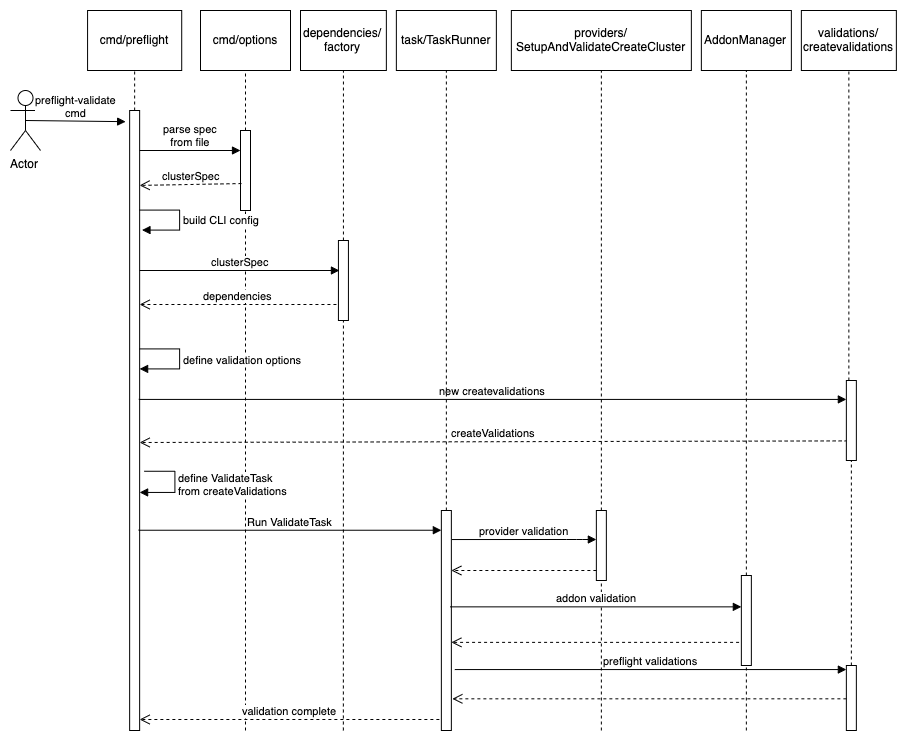
Above: designs/images/preflight-checks-sequence.png in aws/eks-anywhere (draw.io), before the change. Source tidied: cells renumbered, new cells last; positions are measured from the earlier drawing's top-left corner, leaving out a move shared by most shapes.
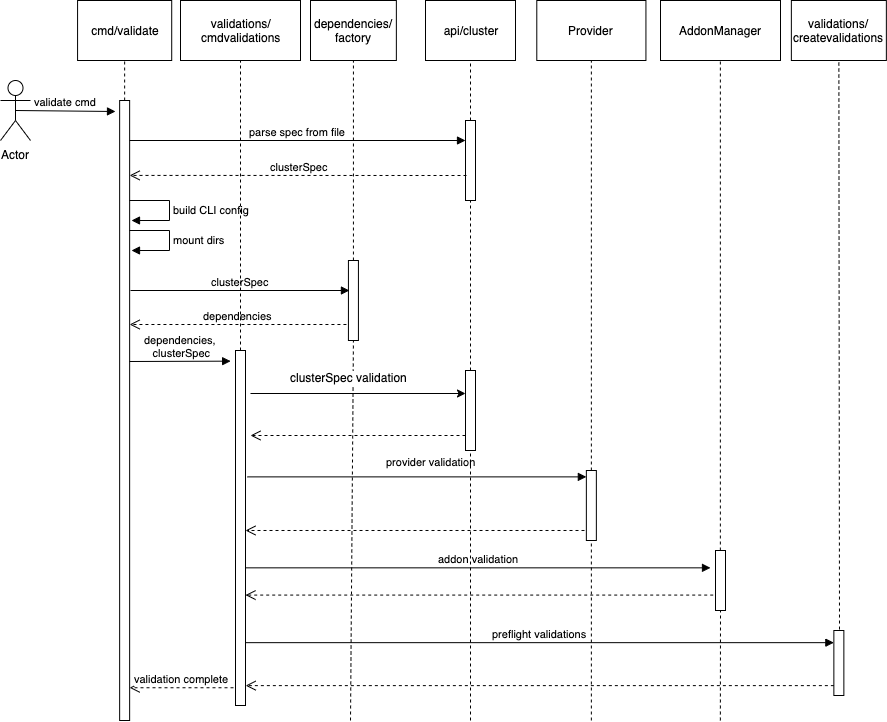
Above is the later version.

Commit message:
update image and tree diagram

What changed in the source:
```diff
@@ -5,7 +5,7 @@
     <mxCell id="2" value="Actor" style="shape=umlActor;verticalLabelPosition=bottom;labelBackgroundColor=#ffffff;verticalAlign=top;html=1;" parent="1" vertex="1">
       <mxGeometry y="80" width="30" height="60" as="geometry" />
     </mxCell>
-    <mxCell id="3" value="cmd/preflight" style="rounded=0;whiteSpace=wrap;html=1;" parent="1" vertex="1">
+    <mxCell id="3" value="cmd/validate" style="rounded=0;whiteSpace=wrap;html=1;" parent="1" vertex="1">
       <mxGeometry x="77.1" width="94.1" height="60" as="geometry" />
     </mxCell>
     <mxCell id="4" style="html=1;points=[];perimeter=orthogonalPerimeter;" parent="1" vertex="1">
@@ -14,30 +14,31 @@
     <mxCell id="5" style="endArrow=none;dashed=1;html=1;entryX=0.5;entryY=1;entryDx=0;entryDy=0;" parent="1" edge="1" source="4" target="3">
       <mxGeometry relative="1" as="geometry" />
     </mxCell>
-    <mxCell id="6" value="cmd/options" style="rounded=0;whiteSpace=wrap;html=1;" parent="1" vertex="1">
-      <mxGeometry x="190" width="90" height="60" as="geometry" />
+    <mxCell id="6" value="api/cluster" style="rounded=0;whiteSpace=wrap;html=1;" parent="1" vertex="1">
+      <mxGeometry x="425" width="90" height="60" as="geometry" />
     </mxCell>
     <mxCell id="7" style="endArrow=none;dashed=1;html=1;entryX=0.5;entryY=1;entryDx=0;entryDy=0;" parent="1" edge="1" source="9" target="6">
       <mxGeometry relative="1" as="geometry" />
     </mxCell>
-    <mxCell id="8" value="preflight-validate&lt;br&gt;cmd" style="html=1;verticalAlign=bottom;endArrow=block;entryX=-0.4;entryY=0.018;entryDx=0;entryDy=0;entryPerimeter=0;exitX=0.5;exitY=0.5;exitDx=0;exitDy=0;exitPerimeter=0;" parent="1" edge="1" source="2" target="4">
-      <mxGeometry relative="1" as="geometry" />
+    <mxCell id="8" value="validate cmd" style="html=1;verticalAlign=bottom;endArrow=block;exitX=0.5;exitY=0.5;exitDx=0;exitDy=0;exitPerimeter=0;" parent="1" edge="1" source="2">
+      <mxGeometry relative="1" as="geometry">
+        <mxPoint x="115" y="111" as="targetPoint" />
+      </mxGeometry>
     </mxCell>
     <mxCell id="9" style="html=1;points=[];perimeter=orthogonalPerimeter;" parent="1" vertex="1">
-      <mxGeometry x="230" y="120" width="10" height="80" as="geometry" />
+      <mxGeometry x="465" y="120" width="10" height="80" as="geometry" />
     </mxCell>
-    <mxCell id="10" style="endArrow=none;dashed=1;html=1;entryX=0.5;entryY=1;entryDx=0;entryDy=0;" parent="1" edge="1" target="9">
-      <mxGeometry relative="1" as="geometry">
-        <mxPoint x="235" y="720" as="sourcePoint" />
-      </mxGeometry>
+    <mxCell id="10" style="endArrow=none;dashed=1;html=1;entryX=0.5;entryY=1;entryDx=0;entryDy=0;" parent="1" edge="1" source="50" target="9">
+      <mxGeometry relative="1" as="geometry" />
     </mxCell>
-    <mxCell id="11" value="parse spec&lt;br&gt;from file" style="html=1;verticalAlign=bottom;endArrow=block;" parent="1" edge="1" target="9">
+    <mxCell id="11" value="parse spec from file" style="html=1;verticalAlign=bottom;endArrow=block;" parent="1" edge="1" target="9">
       <mxGeometry relative="1" as="geometry">
         <mxPoint x="129.1" y="140" as="sourcePoint" />
       </mxGeometry>
     </mxCell>
-    <mxCell id="12" value="clusterSpec" style="html=1;verticalAlign=bottom;endArrow=open;dashed=1;endSize=8;exitX=0.1;exitY=0.663;exitDx=0;exitDy=0;exitPerimeter=0;entryX=1;entryY=0.266;entryDx=0;entryDy=0;entryPerimeter=0;" parent="1" edge="1" source="9">
+    <mxCell id="12" value="clusterSpec" style="html=1;verticalAlign=bottom;endArrow=open;dashed=1;endSize=8;entryX=1;entryY=0.266;entryDx=0;entryDy=0;entryPerimeter=0;" parent="1" edge="1">
       <mxGeometry relative="1" as="geometry">
+        <mxPoint x="466" y="175" as="sourcePoint" />
         <mxPoint x="129.1" y="174.9" as="targetPoint" />
       </mxGeometry>
     </mxCell>
@@ -52,124 +53,91 @@
       </mxGeometry>
     </mxCell>
     <mxCell id="14" value="dependencies/&lt;br&gt;factory" style="html=1;" parent="1" vertex="1">
-      <mxGeometry x="290" width="85.9" height="60" as="geometry" />
+      <mxGeometry x="310" width="85.9" height="60" as="geometry" />
     </mxCell>
     <mxCell id="15" style="endArrow=none;dashed=1;html=1;entryX=0.5;entryY=1;entryDx=0;entryDy=0;" parent="1" edge="1" source="16" target="14">
       <mxGeometry relative="1" as="geometry" />
     </mxCell>
     <mxCell id="16" style="html=1;points=[];perimeter=orthogonalPerimeter;" parent="1" vertex="1">
-      <mxGeometry x="327.9" y="230" width="10" height="80" as="geometry" />
+      <mxGeometry x="347.9" y="260" width="10" height="80" as="geometry" />
     </mxCell>
     <mxCell id="17" style="endArrow=none;dashed=1;html=1;entryX=0.5;entryY=1;entryDx=0;entryDy=0;" parent="1" edge="1" target="16">
       <mxGeometry relative="1" as="geometry">
-        <mxPoint x="332.9" y="720" as="sourcePoint" />
+        <mxPoint x="350" y="720" as="sourcePoint" />
       </mxGeometry>
     </mxCell>
     <mxCell id="18" value="clusterSpec" style="html=1;verticalAlign=bottom;endArrow=block;entryX=0.1;entryY=0.375;entryDx=0;entryDy=0;entryPerimeter=0;" parent="1" edge="1" target="16">
       <mxGeometry relative="1" as="geometry">
-        <mxPoint x="129.1" y="260" as="sourcePoint" />
+        <mxPoint x="130" y="290" as="sourcePoint" />
       </mxGeometry>
     </mxCell>
-    <mxCell id="19" value="dependencies" style="html=1;verticalAlign=bottom;endArrow=open;dashed=1;endSize=8;exitX=-0.2;exitY=0.8;exitDx=0;exitDy=0;exitPerimeter=0;" parent="1" edge="1" source="16">
-      <mxGeometry relative="1" as="geometry">
-        <mxPoint x="129.1" y="294" as="targetPoint" />
-      </mxGeometry>
+    <mxCell id="19" value="dependencies" style="html=1;verticalAlign=bottom;endArrow=open;dashed=1;endSize=8;exitX=-0.2;exitY=0.8;exitDx=0;exitDy=0;exitPerimeter=0;" parent="1" edge="1" source="16" target="4">
+      <mxGeometry relative="1" as="geometry" />
     </mxCell>
-    <mxCell id="20" value="define validation options" style="edgeStyle=orthogonalEdgeStyle;html=1;align=left;spacingLeft=2;endArrow=block;rounded=0;entryX=1;entryY=0.387;entryDx=0;entryDy=0;entryPerimeter=0;" parent="1" edge="1">
-      <mxGeometry relative="1" as="geometry">
-        <mxPoint x="129.1" y="338" as="sourcePoint" />
-        <mxPoint x="129.1" y="358" as="targetPoint" />
-        <Array as="points">
-          <mxPoint x="169.1" y="338" />
-          <mxPoint x="169.1" y="358" />
-        </Array>
-      </mxGeometry>
-    </mxCell>
-    <mxCell id="21" value="new createvalidations" style="html=1;verticalAlign=bottom;endArrow=block;exitX=0.914;exitY=0.466;exitDx=0;exitDy=0;exitPerimeter=0;" parent="1" edge="1" source="4" target="46">
-      <mxGeometry relative="1" as="geometry" />
-    </mxCell>
-    <mxCell id="22" value="createValidations" style="html=1;verticalAlign=bottom;endArrow=open;dashed=1;endSize=8;exitX=0.129;exitY=0.755;exitDx=0;exitDy=0;exitPerimeter=0;" parent="1" edge="1" source="46">
-      <mxGeometry relative="1" as="geometry">
-        <mxPoint x="129.1" y="432" as="targetPoint" />
-      </mxGeometry>
-    </mxCell>
-    <mxCell id="23" value="define ValidateTask&lt;br&gt;from createValidations" style="edgeStyle=orthogonalEdgeStyle;html=1;align=left;spacingLeft=2;endArrow=block;rounded=0;entryX=1;entryY=0.616;entryDx=0;entryDy=0;entryPerimeter=0;exitX=1.5;exitY=0.582;exitDx=0;exitDy=0;exitPerimeter=0;" parent="1" edge="1" source="4" target="4">
-      <mxGeometry relative="1" as="geometry">
-        <Array as="points">
-          <mxPoint x="164" y="461" />
-          <mxPoint x="164" y="482" />
-        </Array>
-      </mxGeometry>
-    </mxCell>
-    <mxCell id="24" value="task/TaskRunner" style="html=1;" parent="1" vertex="1">
-      <mxGeometry x="385.9" width="100" height="60" as="geometry" />
+    <mxCell id="24" value="validations/&lt;br&gt;cmdvalidations" style="html=1;" parent="1" vertex="1">
+      <mxGeometry x="180" width="120" height="60" as="geometry" />
     </mxCell>
     <mxCell id="25" style="endArrow=none;dashed=1;html=1;entryX=0.5;entryY=1;entryDx=0;entryDy=0;" parent="1" edge="1" source="26" target="24">
       <mxGeometry relative="1" as="geometry" />
     </mxCell>
     <mxCell id="26" style="html=1;points=[];perimeter=orthogonalPerimeter;" parent="1" vertex="1">
-      <mxGeometry x="430.9" y="500" width="10" height="220" as="geometry" />
+      <mxGeometry x="235" y="350" width="10" height="355" as="geometry" />
     </mxCell>
-    <mxCell id="27" value="Run ValidateTask" style="html=1;verticalAlign=bottom;endArrow=block;exitX=0.9;exitY=0.677;exitDx=0;exitDy=0;exitPerimeter=0;" parent="1" edge="1" source="4" target="26">
-      <mxGeometry relative="1" as="geometry" />
+    <mxCell id="27" value="dependencies,&lt;br&gt;&amp;nbsp;clusterSpec" style="html=1;verticalAlign=bottom;endArrow=block;entryX=-0.4;entryY=0.03;entryDx=0;entryDy=0;entryPerimeter=0;" parent="1" edge="1">
+      <mxGeometry relative="1" as="geometry">
+        <mxPoint x="129" y="361" as="sourcePoint" />
+        <mxPoint x="230.1" y="360.6" as="targetPoint" />
+      </mxGeometry>
     </mxCell>
-    <mxCell id="28" value="providers/&lt;br&gt;SetupAndValidateCreateCluster" style="html=1;" parent="1" vertex="1">
-      <mxGeometry x="500.9" width="180" height="60" as="geometry" />
+    <mxCell id="28" value="Provider" style="html=1;" parent="1" vertex="1">
+      <mxGeometry x="536.3" width="109.1" height="60" as="geometry" />
     </mxCell>
     <mxCell id="29" style="endArrow=none;dashed=1;html=1;entryX=0.5;entryY=1;entryDx=0;entryDy=0;" parent="1" edge="1" source="30" target="28">
       <mxGeometry relative="1" as="geometry" />
     </mxCell>
     <mxCell id="30" style="html=1;points=[];perimeter=orthogonalPerimeter;" parent="1" vertex="1">
-      <mxGeometry x="585.9" y="500" width="10" height="70" as="geometry" />
+      <mxGeometry x="585.9" y="470" width="10" height="70" as="geometry" />
     </mxCell>
     <mxCell id="31" style="endArrow=none;dashed=1;html=1;entryX=0.5;entryY=1;entryDx=0;entryDy=0;" parent="1" edge="1" target="30">
       <mxGeometry relative="1" as="geometry">
         <mxPoint x="590.9" y="720" as="sourcePoint" />
       </mxGeometry>
     </mxCell>
-    <mxCell id="32" value="provider validation" style="html=1;verticalAlign=bottom;endArrow=block;exitX=1.057;exitY=0.132;exitDx=0;exitDy=0;exitPerimeter=0;" parent="1" edge="1" source="26" target="30">
-      <mxGeometry relative="1" as="geometry">
-        <Array as="points">
-          <mxPoint x="565.9" y="529" />
-        </Array>
-      </mxGeometry>
+    <mxCell id="32" value="provider validation" style="html=1;verticalAlign=bottom;endArrow=block;exitX=1.2;exitY=0.356;exitDx=0;exitDy=0;exitPerimeter=0;" parent="1" edge="1" source="26" target="30">
+      <mxGeometry x="0.08" y="6" relative="1" as="geometry" />
     </mxCell>
-    <mxCell id="33" style="html=1;verticalAlign=bottom;endArrow=open;dashed=1;endSize=8;exitX=0;exitY=0.76;exitDx=0;exitDy=0;exitPerimeter=0;" parent="1" edge="1">
-      <mxGeometry relative="1" as="geometry">
-        <mxPoint x="585.9" y="560" as="sourcePoint" />
-        <mxPoint x="440.9" y="560" as="targetPoint" />
-      </mxGeometry>
-    </mxCell>
     <mxCell id="34" value="AddonManager" style="html=1;" parent="1" vertex="1">
-      <mxGeometry x="690.9" width="90" height="60" as="geometry" />
+      <mxGeometry x="660" width="120" height="60" as="geometry" />
     </mxCell>
-    <mxCell id="35" style="endArrow=none;dashed=1;html=1;entryX=0.5;entryY=1;entryDx=0;entryDy=0;" parent="1" edge="1" source="36" target="34">
-      <mxGeometry relative="1" as="geometry" />
+    <mxCell id="35" style="endArrow=none;dashed=1;html=1;entryX=0.5;entryY=1;entryDx=0;entryDy=0;" parent="1" edge="1" source="36">
+      <mxGeometry relative="1" as="geometry">
+        <mxPoint x="719.9" y="60" as="targetPoint" />
+      </mxGeometry>
     </mxCell>
     <mxCell id="36" style="html=1;points=[];perimeter=orthogonalPerimeter;" parent="1" vertex="1">
-      <mxGeometry x="730.9" y="565" width="10" height="90" as="geometry" />
+      <mxGeometry x="715" y="550" width="10" height="60" as="geometry" />
     </mxCell>
     <mxCell id="37" style="endArrow=none;dashed=1;html=1;entryX=0.5;entryY=1;entryDx=0;entryDy=0;" parent="1" edge="1" target="36">
       <mxGeometry relative="1" as="geometry">
-        <mxPoint x="735.9" y="720" as="sourcePoint" />
+        <mxPoint x="719.9" y="720" as="sourcePoint" />
       </mxGeometry>
     </mxCell>
     <mxCell id="38" value="validations/&lt;br&gt;createvalidations" style="html=1;" parent="1" vertex="1">
       <mxGeometry x="790.9" width="95" height="60" as="geometry" />
     </mxCell>
-    <mxCell id="39" style="endArrow=none;dashed=1;html=1;entryX=0.5;entryY=1;entryDx=0;entryDy=0;" parent="1" edge="1" source="46" target="38">
+    <mxCell id="39" style="endArrow=none;dashed=1;html=1;entryX=0.5;entryY=1;entryDx=0;entryDy=0;exitX=0.564;exitY=-0.015;exitDx=0;exitDy=0;exitPerimeter=0;" parent="1" edge="1" source="40" target="38">
       <mxGeometry relative="1" as="geometry" />
     </mxCell>
     <mxCell id="40" style="html=1;points=[];perimeter=orthogonalPerimeter;" parent="1" vertex="1">
-      <mxGeometry x="835.9" y="655" width="10" height="65" as="geometry" />
+      <mxGeometry x="833.4" y="630" width="10" height="65" as="geometry" />
     </mxCell>
-    <mxCell id="41" value="preflight validations" style="html=1;verticalAlign=bottom;endArrow=block;exitX=1.343;exitY=0.723;exitDx=0;exitDy=0;exitPerimeter=0;" parent="1" edge="1" source="26" target="40">
+    <mxCell id="41" value="preflight validations" style="html=1;verticalAlign=bottom;endArrow=block;exitX=1.014;exitY=0.823;exitDx=0;exitDy=0;exitPerimeter=0;" parent="1" edge="1" source="26" target="40">
       <mxGeometry relative="1" as="geometry" />
     </mxCell>
-    <mxCell id="42" style="html=1;verticalAlign=bottom;endArrow=open;dashed=1;endSize=8;entryX=1.1;entryY=0.856;entryDx=0;entryDy=0;entryPerimeter=0;" parent="1" edge="1" source="40" target="26">
+    <mxCell id="42" style="html=1;verticalAlign=bottom;endArrow=open;dashed=1;endSize=8;entryX=1.014;entryY=0.944;entryDx=0;entryDy=0;entryPerimeter=0;" parent="1" edge="1" source="40" target="26">
       <mxGeometry relative="1" as="geometry" />
     </mxCell>
-    <mxCell id="43" value="addon validation" style="html=1;verticalAlign=bottom;endArrow=block;exitX=0.9;exitY=0.438;exitDx=0;exitDy=0;exitPerimeter=0;" parent="1" edge="1" source="26" target="36">
+    <mxCell id="43" value="addon validation" style="html=1;verticalAlign=bottom;endArrow=block;entryX=-0.5;entryY=0.289;entryDx=0;entryDy=0;entryPerimeter=0;" parent="1" edge="1" source="26" target="36">
       <mxGeometry relative="1" as="geometry" />
     </mxCell>
     <mxCell id="44" style="html=1;verticalAlign=bottom;endArrow=open;dashed=1;endSize=8;exitX=-0.229;exitY=0.743;exitDx=0;exitDy=0;exitPerimeter=0;" parent="1" edge="1" source="36" target="26">
@@ -178,11 +146,41 @@
     <mxCell id="45" value="validation complete" style="html=1;verticalAlign=bottom;endArrow=open;dashed=1;endSize=8;exitX=-0.2;exitY=0.95;exitDx=0;exitDy=0;exitPerimeter=0;" parent="1" edge="1" source="26" target="4">
       <mxGeometry relative="1" as="geometry" />
     </mxCell>
-    <mxCell id="46" style="html=1;points=[];perimeter=orthogonalPerimeter;" parent="1" vertex="1">
-      <mxGeometry x="835.9" y="370" width="10" height="80" as="geometry" />
-    </mxCell>
-    <mxCell id="47" style="endArrow=none;dashed=1;html=1;entryX=0.5;entryY=1;entryDx=0;entryDy=0;" parent="1" edge="1" source="40" target="46">
-      <mxGeometry relative="1" as="geometry" />
-    </mxCell>
+    <mxCell id="48" value="mount dirs" style="edgeStyle=orthogonalEdgeStyle;html=1;align=left;spacingLeft=2;endArrow=block;rounded=0;entryX=1.2;entryY=0.323;entryDx=0;entryDy=0;entryPerimeter=0;" parent="1" edge="1">
+      <mxGeometry relative="1" as="geometry">
+        <mxPoint x="129.1" y="230" as="sourcePoint" />
+        <mxPoint x="131.1" y="250" as="targetPoint" />
+        <Array as="points">
+          <mxPoint x="169.3" y="229.8" />
+          <mxPoint x="169.3" y="249.8" />
+        </Array>
+      </mxGeometry>
+    </mxCell>
+    <mxCell id="49" style="html=1;verticalAlign=bottom;endArrow=open;dashed=1;endSize=8;exitX=-0.186;exitY=0.857;exitDx=0;exitDy=0;exitPerimeter=0;" parent="1" edge="1" source="30" target="26">
+      <mxGeometry relative="1" as="geometry" />
+    </mxCell>
+    <mxCell id="50" style="html=1;points=[];perimeter=orthogonalPerimeter;" parent="1" vertex="1">
+      <mxGeometry x="465" y="370" width="10" height="80" as="geometry" />
+    </mxCell>
+    <mxCell id="51" style="endArrow=none;dashed=1;html=1;entryX=0.5;entryY=1;entryDx=0;entryDy=0;" parent="1" edge="1" target="50">
+      <mxGeometry relative="1" as="geometry">
+        <mxPoint x="470" y="720" as="sourcePoint" />
+      </mxGeometry>
+    </mxCell>
+    <mxCell id="52" style="endArrow=classic;html=1;" parent="1" edge="1" target="50">
+      <mxGeometry relative="1" as="geometry">
+        <mxPoint x="250" y="393" as="sourcePoint" />
+      </mxGeometry>
+    </mxCell>
+    <mxCell id="53" value="clusterSpec validation" style="text;html=1;align=center;verticalAlign=middle;labelBackgroundColor=#ffffff;" parent="52" vertex="1">
+      <mxGeometry x="-0.46" y="-2" relative="1" as="geometry">
+        <mxPoint x="39.8" y="-18.3" as="offset" />
+      </mxGeometry>
+    </mxCell>
+    <mxCell id="54" style="html=1;verticalAlign=bottom;endArrow=open;dashed=1;endSize=8;" parent="1" edge="1" source="50">
+      <mxGeometry relative="1" as="geometry">
+        <mxPoint x="250" y="435" as="targetPoint" />
+      </mxGeometry>
+    </mxCell>
   </root>
 </mxGraphModel>
```
